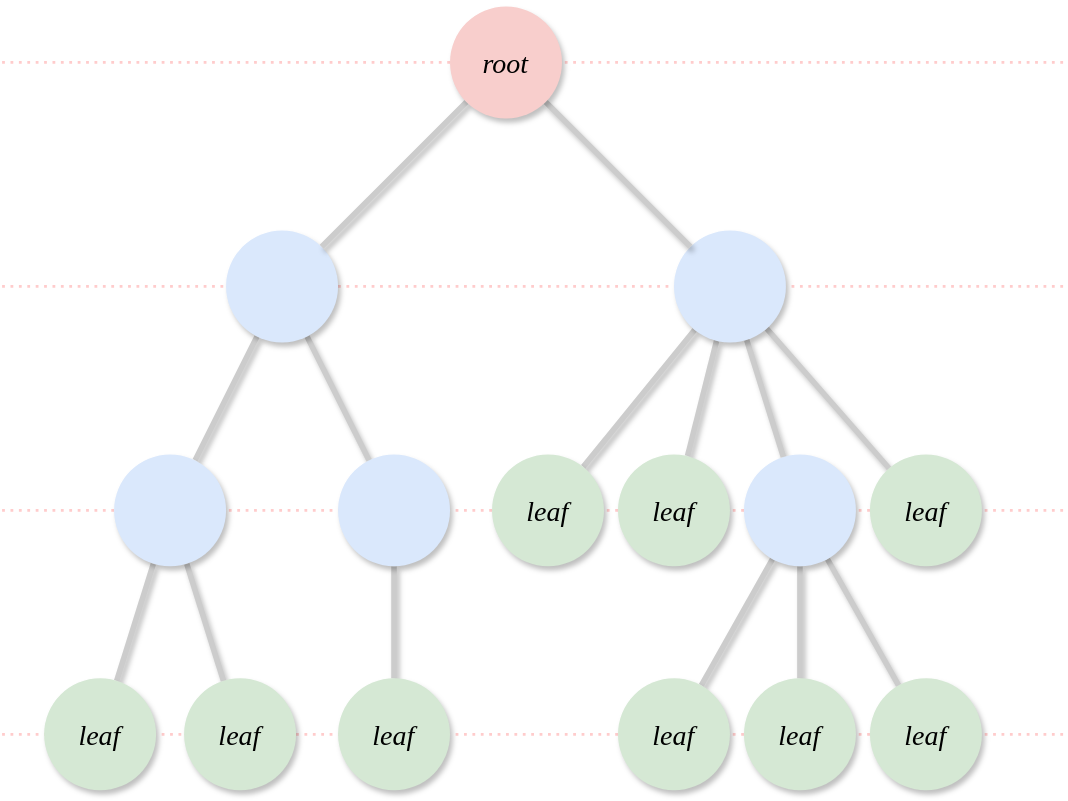
Earlier version of the draw.io export math/assets/rooted tree.svg (Algo2147483647/math_physics). Source tidied: cells renumbered, new cells last; positions are measured from the earlier drawing's top-left corner, leaving out a move shared by most shapes.
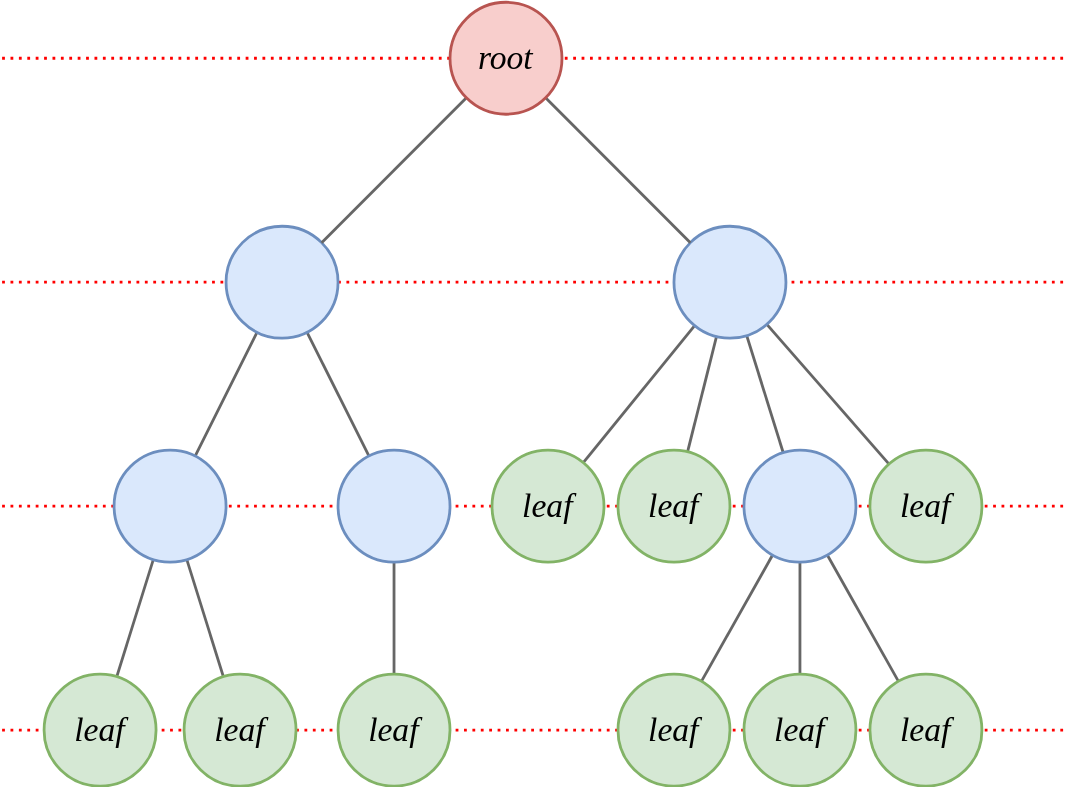
The same diagram one commit later.

Diff of the diagram source:
```diff
@@ -2,115 +2,115 @@
   <root>
     <mxCell id="0" />
     <mxCell id="1" parent="0" />
-    <mxCell id="2" style="endArrow=none;dashed=1;html=1;rounded=0;shadow=0;strokeWidth=2;align=center;verticalAlign=middle;fontFamily=Helvetica;fontSize=11;fontColor=default;labelBackgroundColor=default;edgeStyle=none;dashPattern=1 2;fillColor=#f5f5f5;strokeColor=#FFCCCC;" parent="1" edge="1">
+    <mxCell id="2" style="endArrow=none;dashed=1;html=1;rounded=0;shadow=0;strokeWidth=2;align=center;verticalAlign=middle;fontFamily=Helvetica;fontSize=11;fontColor=default;labelBackgroundColor=default;edgeStyle=none;dashPattern=1 2;fillColor=#f5f5f5;strokeColor=#FF0000;" parent="1" edge="1">
       <mxGeometry relative="1" as="geometry">
         <mxPoint y="520" as="sourcePoint" />
         <mxPoint x="760" y="520" as="targetPoint" />
       </mxGeometry>
     </mxCell>
-    <mxCell id="3" style="endArrow=none;dashed=1;html=1;rounded=0;shadow=0;strokeWidth=2;align=center;verticalAlign=middle;fontFamily=Helvetica;fontSize=11;fontColor=default;labelBackgroundColor=default;edgeStyle=none;dashPattern=1 2;fillColor=#f5f5f5;strokeColor=#FFCCCC;" parent="1" edge="1">
+    <mxCell id="3" style="endArrow=none;dashed=1;html=1;rounded=0;shadow=0;strokeWidth=2;align=center;verticalAlign=middle;fontFamily=Helvetica;fontSize=11;fontColor=default;labelBackgroundColor=default;edgeStyle=none;dashPattern=1 2;fillColor=#f5f5f5;strokeColor=#FF0000;" parent="1" edge="1">
       <mxGeometry relative="1" as="geometry">
         <mxPoint y="360" as="sourcePoint" />
         <mxPoint x="760" y="360" as="targetPoint" />
       </mxGeometry>
     </mxCell>
-    <mxCell id="4" style="endArrow=none;dashed=1;html=1;rounded=0;shadow=0;strokeWidth=2;align=center;verticalAlign=middle;fontFamily=Helvetica;fontSize=11;fontColor=default;labelBackgroundColor=default;edgeStyle=none;dashPattern=1 2;fillColor=#f5f5f5;strokeColor=#FFCCCC;" parent="1" edge="1">
+    <mxCell id="4" style="endArrow=none;dashed=1;html=1;rounded=0;shadow=0;strokeWidth=2;align=center;verticalAlign=middle;fontFamily=Helvetica;fontSize=11;fontColor=default;labelBackgroundColor=default;edgeStyle=none;dashPattern=1 2;fillColor=#f5f5f5;strokeColor=#FF0000;" parent="1" edge="1">
       <mxGeometry relative="1" as="geometry">
         <mxPoint y="200" as="sourcePoint" />
         <mxPoint x="760" y="200" as="targetPoint" />
       </mxGeometry>
     </mxCell>
-    <mxCell id="5" style="endArrow=none;dashed=1;html=1;rounded=0;shadow=0;strokeWidth=2;align=center;verticalAlign=middle;fontFamily=Helvetica;fontSize=11;fontColor=default;labelBackgroundColor=default;edgeStyle=none;dashPattern=1 2;fillColor=#f5f5f5;strokeColor=#FFCCCC;" parent="1" edge="1">
+    <mxCell id="5" style="endArrow=none;dashed=1;html=1;rounded=0;shadow=0;strokeWidth=2;align=center;verticalAlign=middle;fontFamily=Helvetica;fontSize=11;fontColor=default;labelBackgroundColor=default;edgeStyle=none;dashPattern=1 2;fillColor=#f5f5f5;strokeColor=#FF0000;" parent="1" edge="1">
       <mxGeometry relative="1" as="geometry">
         <mxPoint y="40" as="sourcePoint" />
         <mxPoint x="760" y="40" as="targetPoint" />
       </mxGeometry>
     </mxCell>
-    <mxCell id="6" style="edgeStyle=none;shape=connector;rounded=0;jettySize=auto;html=1;strokeColor=#CCCCCC;strokeWidth=4;align=center;verticalAlign=middle;fontFamily=Helvetica;fontSize=11;fontColor=default;labelBackgroundColor=default;endArrow=none;endFill=0;fillColor=#f8cecc;shadow=1;" parent="1" edge="1" source="8" target="13">
+    <mxCell id="6" style="edgeStyle=none;shape=connector;rounded=0;jettySize=auto;html=1;strokeWidth=2;align=center;verticalAlign=middle;fontFamily=Helvetica;fontSize=11;fontColor=default;labelBackgroundColor=default;endArrow=none;endFill=0;shadow=0;fillColor=#f5f5f5;strokeColor=#666666;" parent="1" edge="1" source="8" target="13">
       <mxGeometry relative="1" as="geometry" />
     </mxCell>
-    <mxCell id="7" style="edgeStyle=none;shape=connector;rounded=0;jettySize=auto;html=1;strokeColor=#CCCCCC;strokeWidth=4;align=center;verticalAlign=middle;fontFamily=Helvetica;fontSize=11;fontColor=default;labelBackgroundColor=default;endArrow=none;endFill=0;fillColor=#f8cecc;shadow=1;" parent="1" edge="1" source="8" target="11">
+    <mxCell id="7" style="edgeStyle=none;shape=connector;rounded=0;jettySize=auto;html=1;strokeWidth=2;align=center;verticalAlign=middle;fontFamily=Helvetica;fontSize=11;fontColor=default;labelBackgroundColor=default;endArrow=none;endFill=0;shadow=0;fillColor=#f5f5f5;strokeColor=#666666;" parent="1" edge="1" source="8" target="11">
       <mxGeometry relative="1" as="geometry" />
     </mxCell>
-    <mxCell id="8" style="ellipse;whiteSpace=wrap;html=1;fillColor=#dae8fc;strokeColor=none;shadow=1;" parent="1" vertex="1">
+    <mxCell id="8" style="ellipse;whiteSpace=wrap;html=1;fillColor=#dae8fc;strokeColor=#6c8ebf;shadow=0;strokeWidth=2;perimeterSpacing=0;fillStyle=auto;" parent="1" vertex="1">
       <mxGeometry x="160" y="160" width="80" height="80" as="geometry" />
     </mxCell>
-    <mxCell id="9" style="edgeStyle=none;shape=connector;rounded=0;jettySize=auto;html=1;strokeColor=#CCCCCC;strokeWidth=4;align=center;verticalAlign=middle;fontFamily=Helvetica;fontSize=11;fontColor=default;labelBackgroundColor=default;endArrow=none;endFill=0;fillColor=#f8cecc;shadow=1;" parent="1" edge="1" source="11" target="24">
+    <mxCell id="9" style="edgeStyle=none;shape=connector;rounded=0;jettySize=auto;html=1;strokeWidth=2;align=center;verticalAlign=middle;fontFamily=Helvetica;fontSize=11;fontColor=default;labelBackgroundColor=default;endArrow=none;endFill=0;shadow=0;fillColor=#f5f5f5;strokeColor=#666666;" parent="1" edge="1" source="11" target="24">
       <mxGeometry relative="1" as="geometry" />
     </mxCell>
-    <mxCell id="10" style="edgeStyle=none;shape=connector;rounded=0;jettySize=auto;html=1;strokeColor=#CCCCCC;strokeWidth=4;align=center;verticalAlign=middle;fontFamily=Helvetica;fontSize=11;fontColor=default;labelBackgroundColor=default;endArrow=none;endFill=0;fillColor=#f8cecc;shadow=1;" parent="1" edge="1" source="11" target="25">
+    <mxCell id="10" style="edgeStyle=none;shape=connector;rounded=0;jettySize=auto;html=1;strokeWidth=2;align=center;verticalAlign=middle;fontFamily=Helvetica;fontSize=11;fontColor=default;labelBackgroundColor=default;endArrow=none;endFill=0;shadow=0;fillColor=#f5f5f5;strokeColor=#666666;" parent="1" edge="1" source="11" target="25">
       <mxGeometry relative="1" as="geometry" />
     </mxCell>
-    <mxCell id="11" style="ellipse;whiteSpace=wrap;html=1;fillColor=#dae8fc;strokeColor=none;shadow=1;" parent="1" vertex="1">
+    <mxCell id="11" style="ellipse;whiteSpace=wrap;html=1;fillColor=#dae8fc;strokeColor=#6c8ebf;shadow=0;strokeWidth=2;perimeterSpacing=0;fillStyle=auto;" parent="1" vertex="1">
       <mxGeometry x="80" y="320" width="80" height="80" as="geometry" />
     </mxCell>
-    <mxCell id="12" style="edgeStyle=none;shape=connector;rounded=0;jettySize=auto;html=1;strokeColor=#CCCCCC;strokeWidth=4;align=center;verticalAlign=middle;fontFamily=Helvetica;fontSize=11;fontColor=default;labelBackgroundColor=default;endArrow=none;endFill=0;fillColor=#f8cecc;shadow=1;" parent="1" edge="1" source="13" target="26">
+    <mxCell id="12" style="edgeStyle=none;shape=connector;rounded=0;jettySize=auto;html=1;strokeWidth=2;align=center;verticalAlign=middle;fontFamily=Helvetica;fontSize=11;fontColor=default;labelBackgroundColor=default;endArrow=none;endFill=0;shadow=0;fillColor=#f5f5f5;strokeColor=#666666;" parent="1" edge="1" source="13" target="26">
       <mxGeometry relative="1" as="geometry" />
     </mxCell>
-    <mxCell id="13" style="ellipse;whiteSpace=wrap;html=1;fillColor=#dae8fc;strokeColor=none;shadow=1;" parent="1" vertex="1">
+    <mxCell id="13" style="ellipse;whiteSpace=wrap;html=1;fillColor=#dae8fc;strokeColor=#6c8ebf;shadow=0;strokeWidth=2;perimeterSpacing=0;fillStyle=auto;" parent="1" vertex="1">
       <mxGeometry x="240" y="320" width="80" height="80" as="geometry" />
     </mxCell>
-    <mxCell id="14" style="edgeStyle=none;shape=connector;rounded=0;jettySize=auto;html=1;strokeColor=#CCCCCC;strokeWidth=4;align=center;verticalAlign=middle;fontFamily=Helvetica;fontSize=11;fontColor=default;labelBackgroundColor=default;endArrow=none;endFill=0;fillColor=#f8cecc;shadow=1;" parent="1" edge="1" source="18" target="19">
+    <mxCell id="14" style="edgeStyle=none;shape=connector;rounded=0;jettySize=auto;html=1;strokeWidth=2;align=center;verticalAlign=middle;fontFamily=Helvetica;fontSize=11;fontColor=default;labelBackgroundColor=default;endArrow=none;endFill=0;shadow=0;fillColor=#f5f5f5;strokeColor=#666666;" parent="1" edge="1" source="18" target="19">
       <mxGeometry relative="1" as="geometry" />
     </mxCell>
-    <mxCell id="15" style="edgeStyle=none;shape=connector;rounded=0;jettySize=auto;html=1;strokeColor=#CCCCCC;strokeWidth=4;align=center;verticalAlign=middle;fontFamily=Helvetica;fontSize=11;fontColor=default;labelBackgroundColor=default;endArrow=none;endFill=0;fillColor=#f8cecc;shadow=1;" parent="1" edge="1" source="18" target="20">
+    <mxCell id="15" style="edgeStyle=none;shape=connector;rounded=0;jettySize=auto;html=1;strokeWidth=2;align=center;verticalAlign=middle;fontFamily=Helvetica;fontSize=11;fontColor=default;labelBackgroundColor=default;endArrow=none;endFill=0;shadow=0;fillColor=#f5f5f5;strokeColor=#666666;" parent="1" edge="1" source="18" target="20">
       <mxGeometry relative="1" as="geometry" />
     </mxCell>
-    <mxCell id="16" style="edgeStyle=none;shape=connector;rounded=0;jettySize=auto;html=1;strokeColor=#CCCCCC;strokeWidth=4;align=center;verticalAlign=middle;fontFamily=Helvetica;fontSize=11;fontColor=default;labelBackgroundColor=default;endArrow=none;endFill=0;fillColor=#f8cecc;shadow=1;" parent="1" edge="1" source="18" target="27">
+    <mxCell id="16" style="edgeStyle=none;shape=connector;rounded=0;jettySize=auto;html=1;strokeWidth=2;align=center;verticalAlign=middle;fontFamily=Helvetica;fontSize=11;fontColor=default;labelBackgroundColor=default;endArrow=none;endFill=0;shadow=0;fillColor=#f5f5f5;strokeColor=#666666;" parent="1" edge="1" source="18" target="27">
       <mxGeometry relative="1" as="geometry" />
     </mxCell>
-    <mxCell id="17" style="edgeStyle=none;shape=connector;rounded=0;jettySize=auto;html=1;strokeColor=#CCCCCC;strokeWidth=4;align=center;verticalAlign=middle;fontFamily=Helvetica;fontSize=11;fontColor=default;labelBackgroundColor=default;endArrow=none;endFill=0;fillColor=#f8cecc;shadow=1;" parent="1" edge="1" source="18" target="31">
+    <mxCell id="17" style="edgeStyle=none;shape=connector;rounded=0;jettySize=auto;html=1;strokeWidth=2;align=center;verticalAlign=middle;fontFamily=Helvetica;fontSize=11;fontColor=default;labelBackgroundColor=default;endArrow=none;endFill=0;shadow=0;fillColor=#f5f5f5;strokeColor=#666666;" parent="1" edge="1" source="18" target="31">
       <mxGeometry relative="1" as="geometry" />
     </mxCell>
-    <mxCell id="18" style="ellipse;whiteSpace=wrap;html=1;fillColor=#dae8fc;strokeColor=none;shadow=1;" parent="1" vertex="1">
+    <mxCell id="18" style="ellipse;whiteSpace=wrap;html=1;fillColor=#dae8fc;strokeColor=#6c8ebf;shadow=0;strokeWidth=2;perimeterSpacing=0;fillStyle=auto;" parent="1" vertex="1">
       <mxGeometry x="480" y="160" width="80" height="80" as="geometry" />
     </mxCell>
-    <mxCell id="19" value="&lt;i style=&quot;font-family: &amp;quot;Times New Roman&amp;quot;; font-size: 20px;&quot;&gt;leaf&lt;/i&gt;" style="ellipse;whiteSpace=wrap;html=1;fillColor=#d5e8d4;strokeColor=none;shadow=1;" parent="1" vertex="1">
+    <mxCell id="19" value="&lt;i style=&quot;font-family: &amp;quot;Times New Roman&amp;quot;; font-size: 24px;&quot;&gt;leaf&lt;/i&gt;" style="ellipse;whiteSpace=wrap;html=1;fillColor=#d5e8d4;strokeColor=#82b366;shadow=0;strokeWidth=2;perimeterSpacing=0;fillStyle=auto;fontSize=24;" parent="1" vertex="1">
       <mxGeometry x="350" y="320" width="80" height="80" as="geometry" />
     </mxCell>
-    <mxCell id="20" value="&lt;i style=&quot;font-family: &amp;quot;Times New Roman&amp;quot;; font-size: 20px;&quot;&gt;leaf&lt;/i&gt;" style="ellipse;whiteSpace=wrap;html=1;fillColor=#d5e8d4;strokeColor=none;shadow=1;" parent="1" vertex="1">
+    <mxCell id="20" value="&lt;i style=&quot;font-family: &amp;quot;Times New Roman&amp;quot;; font-size: 24px;&quot;&gt;leaf&lt;/i&gt;" style="ellipse;whiteSpace=wrap;html=1;fillColor=#d5e8d4;strokeColor=#82b366;shadow=0;strokeWidth=2;perimeterSpacing=0;fillStyle=auto;fontSize=24;" parent="1" vertex="1">
       <mxGeometry x="620" y="320" width="80" height="80" as="geometry" />
     </mxCell>
-    <mxCell id="21" style="edgeStyle=none;shape=connector;rounded=0;jettySize=auto;html=1;strokeColor=#CCCCCC;strokeWidth=4;align=center;verticalAlign=middle;fontFamily=Helvetica;fontSize=11;fontColor=default;labelBackgroundColor=default;endArrow=none;endFill=0;fillColor=#f8cecc;shadow=1;" parent="1" edge="1" source="23" target="8">
+    <mxCell id="21" style="edgeStyle=none;shape=connector;rounded=0;jettySize=auto;html=1;strokeWidth=2;align=center;verticalAlign=middle;fontFamily=Helvetica;fontSize=11;fontColor=default;labelBackgroundColor=default;endArrow=none;endFill=0;shadow=0;fillColor=#f5f5f5;strokeColor=#666666;" parent="1" edge="1" source="23" target="8">
       <mxGeometry relative="1" as="geometry" />
     </mxCell>
-    <mxCell id="22" style="edgeStyle=none;shape=connector;rounded=0;jettySize=auto;html=1;strokeColor=#CCCCCC;strokeWidth=4;align=center;verticalAlign=middle;fontFamily=Helvetica;fontSize=11;fontColor=default;labelBackgroundColor=default;endArrow=none;endFill=0;fillColor=#f8cecc;shadow=1;" parent="1" edge="1" source="23" target="18">
+    <mxCell id="22" style="edgeStyle=none;shape=connector;rounded=0;jettySize=auto;html=1;strokeWidth=2;align=center;verticalAlign=middle;fontFamily=Helvetica;fontSize=11;fontColor=default;labelBackgroundColor=default;endArrow=none;endFill=0;shadow=0;fillColor=#f5f5f5;strokeColor=#666666;" parent="1" edge="1" source="23" target="18">
       <mxGeometry relative="1" as="geometry" />
     </mxCell>
-    <mxCell id="23" value="&lt;font size=&quot;1&quot; face=&quot;Times New Roman&quot;&gt;&lt;i style=&quot;font-size: 20px;&quot;&gt;root&lt;/i&gt;&lt;/font&gt;" style="ellipse;whiteSpace=wrap;html=1;fillColor=#f8cecc;strokeColor=none;shadow=1;" parent="1" vertex="1">
+    <mxCell id="23" value="&lt;font style=&quot;font-size: 24px;&quot; face=&quot;Times New Roman&quot;&gt;&lt;i style=&quot;font-size: 24px;&quot;&gt;root&lt;/i&gt;&lt;/font&gt;" style="ellipse;whiteSpace=wrap;html=1;fillColor=#f8cecc;strokeColor=#b85450;shadow=0;strokeWidth=2;perimeterSpacing=0;fillStyle=auto;fontSize=24;verticalAlign=middle;" parent="1" vertex="1">
       <mxGeometry x="320" width="80" height="80" as="geometry" />
     </mxCell>
-    <mxCell id="24" value="&lt;font face=&quot;Times New Roman&quot; style=&quot;font-size: 20px;&quot;&gt;&lt;i&gt;leaf&lt;/i&gt;&lt;/font&gt;" style="ellipse;whiteSpace=wrap;html=1;fillColor=#d5e8d4;strokeColor=none;shadow=1;" parent="1" vertex="1">
+    <mxCell id="24" value="&lt;font style=&quot;font-size: 24px;&quot; face=&quot;Times New Roman&quot;&gt;&lt;i style=&quot;font-size: 24px;&quot;&gt;leaf&lt;/i&gt;&lt;/font&gt;" style="ellipse;whiteSpace=wrap;html=1;fillColor=#d5e8d4;strokeColor=#82b366;shadow=0;strokeWidth=2;perimeterSpacing=0;fillStyle=auto;fontSize=24;" parent="1" vertex="1">
       <mxGeometry x="30" y="480" width="80" height="80" as="geometry" />
     </mxCell>
-    <mxCell id="25" value="&lt;i style=&quot;font-family: &amp;quot;Times New Roman&amp;quot;; font-size: 20px;&quot;&gt;leaf&lt;/i&gt;" style="ellipse;whiteSpace=wrap;html=1;fillColor=#d5e8d4;strokeColor=none;shadow=1;" parent="1" vertex="1">
+    <mxCell id="25" value="&lt;i style=&quot;font-family: &amp;quot;Times New Roman&amp;quot;; font-size: 24px;&quot;&gt;leaf&lt;/i&gt;" style="ellipse;whiteSpace=wrap;html=1;fillColor=#d5e8d4;strokeColor=#82b366;shadow=0;strokeWidth=2;perimeterSpacing=0;fillStyle=auto;fontSize=24;" parent="1" vertex="1">
       <mxGeometry x="130" y="480" width="80" height="80" as="geometry" />
     </mxCell>
-    <mxCell id="26" value="&lt;i style=&quot;font-family: &amp;quot;Times New Roman&amp;quot;; font-size: 20px;&quot;&gt;leaf&lt;/i&gt;" style="ellipse;whiteSpace=wrap;html=1;fillColor=#d5e8d4;strokeColor=none;shadow=1;" parent="1" vertex="1">
+    <mxCell id="26" value="&lt;i style=&quot;font-family: &amp;quot;Times New Roman&amp;quot;; font-size: 24px;&quot;&gt;leaf&lt;/i&gt;" style="ellipse;whiteSpace=wrap;html=1;fillColor=#d5e8d4;strokeColor=#82b366;shadow=0;strokeWidth=2;perimeterSpacing=0;fillStyle=auto;fontSize=24;" parent="1" vertex="1">
       <mxGeometry x="240" y="480" width="80" height="80" as="geometry" />
     </mxCell>
-    <mxCell id="27" value="&lt;i style=&quot;font-family: &amp;quot;Times New Roman&amp;quot;; font-size: 20px;&quot;&gt;leaf&lt;/i&gt;" style="ellipse;whiteSpace=wrap;html=1;fillColor=#d5e8d4;strokeColor=none;shadow=1;" parent="1" vertex="1">
+    <mxCell id="27" value="&lt;i style=&quot;font-family: &amp;quot;Times New Roman&amp;quot;; font-size: 24px;&quot;&gt;leaf&lt;/i&gt;" style="ellipse;whiteSpace=wrap;html=1;fillColor=#d5e8d4;strokeColor=#82b366;shadow=0;strokeWidth=2;perimeterSpacing=0;fillStyle=auto;fontSize=24;" parent="1" vertex="1">
       <mxGeometry x="440" y="320" width="80" height="80" as="geometry" />
     </mxCell>
-    <mxCell id="28" style="edgeStyle=none;shape=connector;rounded=0;jettySize=auto;html=1;strokeColor=#CCCCCC;strokeWidth=4;align=center;verticalAlign=middle;fontFamily=Helvetica;fontSize=11;fontColor=default;labelBackgroundColor=default;endArrow=none;endFill=0;fillColor=#f8cecc;shadow=1;" parent="1" edge="1" source="31" target="32">
+    <mxCell id="28" style="edgeStyle=none;shape=connector;rounded=0;jettySize=auto;html=1;strokeWidth=2;align=center;verticalAlign=middle;fontFamily=Helvetica;fontSize=11;fontColor=default;labelBackgroundColor=default;endArrow=none;endFill=0;shadow=0;fillColor=#f5f5f5;strokeColor=#666666;" parent="1" edge="1" source="31" target="32">
       <mxGeometry relative="1" as="geometry" />
     </mxCell>
-    <mxCell id="29" style="edgeStyle=none;shape=connector;rounded=0;jettySize=auto;html=1;strokeColor=#CCCCCC;strokeWidth=4;align=center;verticalAlign=middle;fontFamily=Helvetica;fontSize=11;fontColor=default;labelBackgroundColor=default;endArrow=none;endFill=0;fillColor=#f8cecc;shadow=1;" parent="1" edge="1" source="31" target="33">
+    <mxCell id="29" style="edgeStyle=none;shape=connector;rounded=0;jettySize=auto;html=1;strokeWidth=2;align=center;verticalAlign=middle;fontFamily=Helvetica;fontSize=11;fontColor=default;labelBackgroundColor=default;endArrow=none;endFill=0;shadow=0;fillColor=#f5f5f5;strokeColor=#666666;" parent="1" edge="1" source="31" target="33">
       <mxGeometry relative="1" as="geometry" />
     </mxCell>
-    <mxCell id="30" style="edgeStyle=none;shape=connector;rounded=0;jettySize=auto;html=1;strokeColor=#CCCCCC;strokeWidth=4;align=center;verticalAlign=middle;fontFamily=Helvetica;fontSize=11;fontColor=default;labelBackgroundColor=default;endArrow=none;endFill=0;fillColor=#f8cecc;shadow=1;" parent="1" edge="1" source="31" target="34">
+    <mxCell id="30" style="edgeStyle=none;shape=connector;rounded=0;jettySize=auto;html=1;strokeWidth=2;align=center;verticalAlign=middle;fontFamily=Helvetica;fontSize=11;fontColor=default;labelBackgroundColor=default;endArrow=none;endFill=0;shadow=0;fillColor=#f5f5f5;strokeColor=#666666;" parent="1" edge="1" source="31" target="34">
       <mxGeometry relative="1" as="geometry" />
     </mxCell>
-    <mxCell id="31" style="ellipse;whiteSpace=wrap;html=1;fillColor=#dae8fc;strokeColor=none;shadow=1;" parent="1" vertex="1">
+    <mxCell id="31" style="ellipse;whiteSpace=wrap;html=1;fillColor=#dae8fc;strokeColor=#6c8ebf;shadow=0;strokeWidth=2;perimeterSpacing=0;fillStyle=auto;" parent="1" vertex="1">
       <mxGeometry x="530" y="320" width="80" height="80" as="geometry" />
     </mxCell>
-    <mxCell id="32" value="&lt;i style=&quot;font-family: &amp;quot;Times New Roman&amp;quot;; font-size: 20px;&quot;&gt;leaf&lt;/i&gt;" style="ellipse;whiteSpace=wrap;html=1;fillColor=#d5e8d4;strokeColor=none;shadow=1;" parent="1" vertex="1">
+    <mxCell id="32" value="&lt;i style=&quot;font-family: &amp;quot;Times New Roman&amp;quot;; font-size: 24px;&quot;&gt;leaf&lt;/i&gt;" style="ellipse;whiteSpace=wrap;html=1;fillColor=#d5e8d4;strokeColor=#82b366;shadow=0;strokeWidth=2;perimeterSpacing=0;fillStyle=auto;fontSize=24;" parent="1" vertex="1">
       <mxGeometry x="440" y="480" width="80" height="80" as="geometry" />
     </mxCell>
-    <mxCell id="33" value="&lt;i style=&quot;font-family: &amp;quot;Times New Roman&amp;quot;; font-size: 20px;&quot;&gt;leaf&lt;/i&gt;" style="ellipse;whiteSpace=wrap;html=1;fillColor=#d5e8d4;strokeColor=none;shadow=1;" parent="1" vertex="1">
+    <mxCell id="33" value="&lt;i style=&quot;font-family: &amp;quot;Times New Roman&amp;quot;; font-size: 24px;&quot;&gt;leaf&lt;/i&gt;" style="ellipse;whiteSpace=wrap;html=1;fillColor=#d5e8d4;strokeColor=#82b366;shadow=0;strokeWidth=2;perimeterSpacing=0;fillStyle=auto;fontSize=24;" parent="1" vertex="1">
       <mxGeometry x="530" y="480" width="80" height="80" as="geometry" />
     </mxCell>
-    <mxCell id="34" value="&lt;i style=&quot;font-family: &amp;quot;Times New Roman&amp;quot;; font-size: 20px;&quot;&gt;leaf&lt;/i&gt;" style="ellipse;whiteSpace=wrap;html=1;fillColor=#d5e8d4;strokeColor=none;shadow=1;" parent="1" vertex="1">
+    <mxCell id="34" value="&lt;i style=&quot;font-family: &amp;quot;Times New Roman&amp;quot;; font-size: 24px;&quot;&gt;leaf&lt;/i&gt;" style="ellipse;whiteSpace=wrap;html=1;fillColor=#d5e8d4;strokeColor=#82b366;shadow=0;strokeWidth=2;perimeterSpacing=0;fillStyle=auto;fontSize=24;" parent="1" vertex="1">
       <mxGeometry x="620" y="480" width="80" height="80" as="geometry" />
     </mxCell>
   </root>
```
